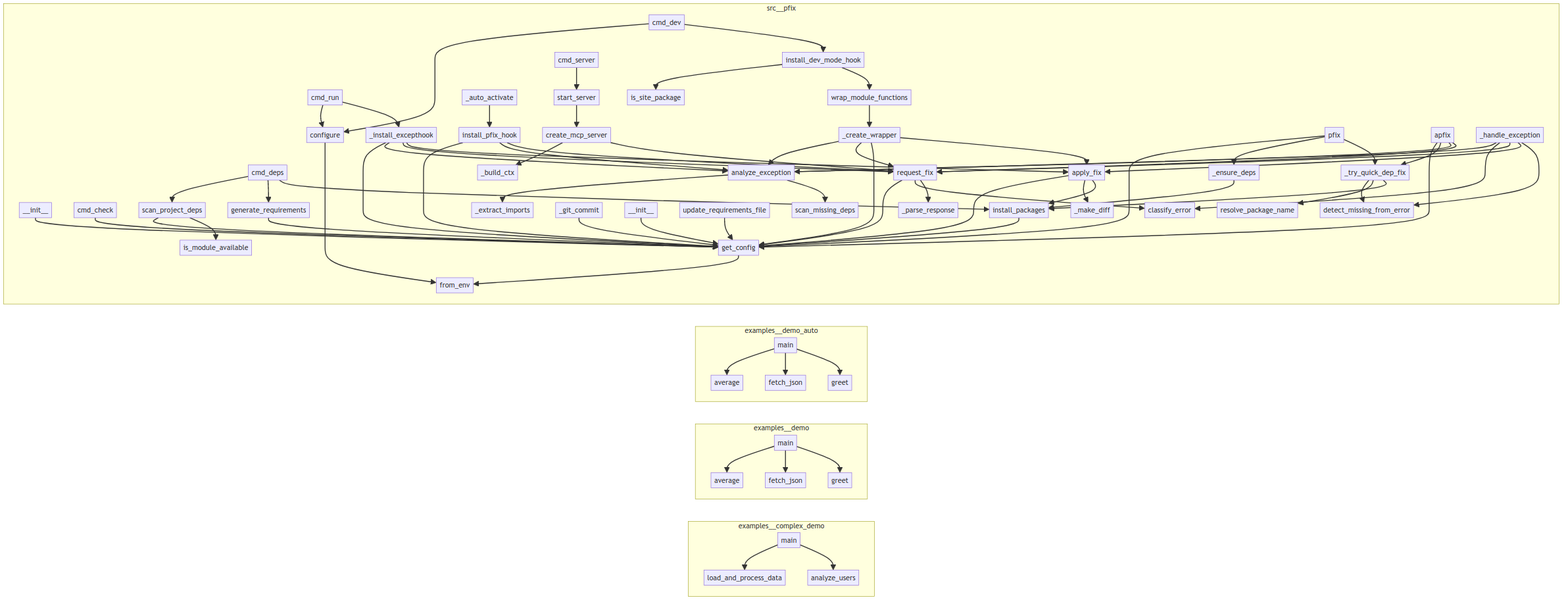
Before: project/calls.png, a diagram exported from Mermaid (semcod/pfix). Its source is kept beside it as project/calls.mmd. The source it was exported from:
```mermaid
flowchart LR
    subgraph examples__complex_demo
        examples__complex_demo__main__main["main"]
        examples__complex_demo__main__analyze_users["analyze_users"]
        examples__complex_demo__main__load_and_process_data["load_and_process_data"]
    end
    subgraph examples__demo
        examples__demo__average["average"]
        examples__demo__fetch_json["fetch_json"]
        examples__demo__greet["greet"]
        examples__demo__main["main"]
    end
    subgraph examples__demo_auto
        examples__demo_auto__average["average"]
        examples__demo_auto__main["main"]
        examples__demo_auto__fetch_json["fetch_json"]
        examples__demo_auto__greet["greet"]
    end
    subgraph src__pfix
        src__pfix__session__PFixSession____init__["__init__"]
        src__pfix___auto_activate["_auto_activate"]
        src__pfix__dev_mode___create_wrapper["_create_wrapper"]
        src__pfix__fixer___git_commit["_git_commit"]
        src__pfix__cli__cmd_deps["cmd_deps"]
        src__pfix__llm__request_fix["request_fix"]
        src__pfix__dev_mode__is_site_package["is_site_package"]
        src__pfix__cli__cmd_dev["cmd_dev"]
        src__pfix__cli__cmd_server["cmd_server"]
        src__pfix__cli__cmd_check["cmd_check"]
        src__pfix__decorator___ensure_deps["_ensure_deps"]
        src__pfix__dev_mode__wrap_module_functions["wrap_module_functions"]
        src__pfix__fixer__apply_fix["apply_fix"]
        src__pfix__decorator___try_quick_dep_fix["_try_quick_dep_fix"]
        src__pfix__mcp_server___build_ctx["_build_ctx"]
        src__pfix__mcp_server__start_server["start_server"]
        src__pfix__analyzer__scan_missing_deps["scan_missing_deps"]
        src__pfix__llm___parse_response["_parse_response"]
        src__pfix__config__PfixConfig__from_env["from_env"]
        src__pfix__dependency__is_module_available["is_module_available"]
        src__pfix__dependency__install_packages["install_packages"]
        src__pfix__cli___install_excepthook["_install_excepthook"]
        src__pfix__dependency__generate_requirements["generate_requirements"]
        src__pfix__dev_mode__install_dev_mode_hook["install_dev_mode_hook"]
        src__pfix__analyzer__classify_error["classify_error"]
        src__pfix__decorator__apfix["apfix"]
        src__pfix__analyzer___extract_imports["_extract_imports"]
        src__pfix__config__get_config["get_config"]
        src__pfix__fixer___make_diff["_make_diff"]
        src__pfix__dependency__detect_missing_from_error["detect_missing_from_error"]
        src__pfix__config__configure["configure"]
        src__pfix__decorator__pfix["pfix"]
        src__pfix__mcp_server__create_mcp_server["create_mcp_server"]
        src__pfix__session__PFixSession___handle_exception["_handle_exception"]
        src__pfix__dependency__update_requirements_file["update_requirements_file"]
        src__pfix__dependency__resolve_package_name["resolve_package_name"]
        src__pfix__dependency__scan_project_deps["scan_project_deps"]
        src__pfix__analyzer__analyze_exception["analyze_exception"]
        src__pfix__cli__cmd_run["cmd_run"]
        src__pfix__session__install_pfix_hook["install_pfix_hook"]
        src__pfix__mcp_client__MCPClient____init__["__init__"]
    end
    examples__demo_auto__main --> examples__demo_auto__fetch_json
    examples__demo_auto__main --> examples__demo_auto__average
    examples__demo_auto__main --> examples__demo_auto__greet
    examples__demo__main --> examples__demo__fetch_json
    examples__demo__main --> examples__demo__average
    examples__demo__main --> examples__demo__greet
    src__pfix__cli__cmd_run --> src__pfix__config__configure
    src__pfix__cli__cmd_run --> src__pfix__cli___install_excepthook
    src__pfix__cli__cmd_dev --> src__pfix__config__configure
    src__pfix__cli__cmd_dev --> src__pfix__dev_mode__install_dev_mode_hook
    src__pfix__cli__cmd_check --> src__pfix__config__get_config
    src__pfix__cli__cmd_deps --> src__pfix__dependency__scan_project_deps
    src__pfix__cli__cmd_deps --> src__pfix__dependency__generate_requirements
    src__pfix__cli__cmd_deps --> src__pfix__dependency__install_packages
    src__pfix__cli__cmd_server --> src__pfix__mcp_server__start_server
    src__pfix__cli___install_excepthook --> src__pfix__config__get_config
    src__pfix__cli___install_excepthook --> src__pfix__analyzer__analyze_exception
    src__pfix__cli___install_excepthook --> src__pfix__llm__request_fix
    src__pfix__cli___install_excepthook --> src__pfix__fixer__apply_fix
    src__pfix__analyzer__analyze_exception --> src__pfix__analyzer___extract_imports
    src__pfix__analyzer__analyze_exception --> src__pfix__analyzer__scan_missing_deps
    src__pfix__fixer__apply_fix --> src__pfix__config__get_config
    src__pfix__fixer__apply_fix --> src__pfix__fixer___make_diff
    src__pfix__fixer__apply_fix --> src__pfix__dependency__install_packages
    src__pfix__fixer___git_commit --> src__pfix__config__get_config
    src__pfix___auto_activate --> src__pfix__session__install_pfix_hook
    src__pfix__mcp_client__MCPClient____init__ --> src__pfix__config__get_config
    src__pfix__dev_mode__wrap_module_functions --> src__pfix__dev_mode___create_wrapper
    src__pfix__dev_mode___create_wrapper --> src__pfix__analyzer__analyze_exception
    src__pfix__dev_mode___create_wrapper --> src__pfix__llm__request_fix
    src__pfix__dev_mode___create_wrapper --> src__pfix__config__get_config
    src__pfix__dev_mode___create_wrapper --> src__pfix__fixer__apply_fix
    src__pfix__dev_mode__install_dev_mode_hook --> src__pfix__dev_mode__is_site_package
    src__pfix__dev_mode__install_dev_mode_hook --> src__pfix__dev_mode__wrap_module_functions
    src__pfix__config__get_config --> src__pfix__config__PfixConfig__from_env
    src__pfix__config__configure --> src__pfix__config__PfixConfig__from_env
    src__pfix__dependency__install_packages --> src__pfix__config__get_config
    src__pfix__dependency__scan_project_deps --> src__pfix__config__get_config
    src__pfix__dependency__scan_project_deps --> src__pfix__dependency__is_module_available
    src__pfix__dependency__update_requirements_file --> src__pfix__config__get_config
    src__pfix__dependency__generate_requirements --> src__pfix__config__get_config
    src__pfix__mcp_server__create_mcp_server --> src__pfix__mcp_server___build_ctx
    src__pfix__mcp_server__create_mcp_server --> src__pfix__llm__request_fix
    src__pfix__mcp_server__start_server --> src__pfix__mcp_server__create_mcp_server
    examples__complex_demo__main__main --> examples__complex_demo__main__load_and_process_data
    examples__complex_demo__main__main --> examples__complex_demo__main__analyze_users
    src__pfix__decorator__pfix --> src__pfix__config__get_config
    src__pfix__decorator__pfix --> src__pfix__decorator___ensure_deps
    src__pfix__decorator__pfix --> src__pfix__decorator___try_quick_dep_fix
    src__pfix__decorator__apfix --> src__pfix__config__get_config
    src__pfix__decorator__apfix --> src__pfix__decorator___try_quick_dep_fix
    src__pfix__decorator__apfix --> src__pfix__analyzer__analyze_exception
    src__pfix__decorator__apfix --> src__pfix__llm__request_fix
    src__pfix__decorator___ensure_deps --> src__pfix__dependency__install_packages
    src__pfix__decorator___try_quick_dep_fix --> src__pfix__dependency__detect_missing_from_error
    src__pfix__decorator___try_quick_dep_fix --> src__pfix__dependency__resolve_package_name
    src__pfix__decorator___try_quick_dep_fix --> src__pfix__dependency__install_packages
    src__pfix__session__PFixSession____init__ --> src__pfix__config__get_config
    src__pfix__session__PFixSession___handle_exception --> src__pfix__analyzer__analyze_exception
    src__pfix__session__PFixSession___handle_exception --> src__pfix__analyzer__classify_error
    src__pfix__session__PFixSession___handle_exception --> src__pfix__llm__request_fix
    src__pfix__session__PFixSession___handle_exception --> src__pfix__fixer__apply_fix
    src__pfix__session__PFixSession___handle_exception --> src__pfix__dependency__detect_missing_from_error
    src__pfix__session__install_pfix_hook --> src__pfix__config__get_config
    src__pfix__session__install_pfix_hook --> src__pfix__analyzer__analyze_exception
    src__pfix__session__install_pfix_hook --> src__pfix__llm__request_fix
    src__pfix__llm__request_fix --> src__pfix__config__get_config
    src__pfix__llm__request_fix --> src__pfix__analyzer__classify_error
    src__pfix__llm__request_fix --> src__pfix__llm___parse_response
```
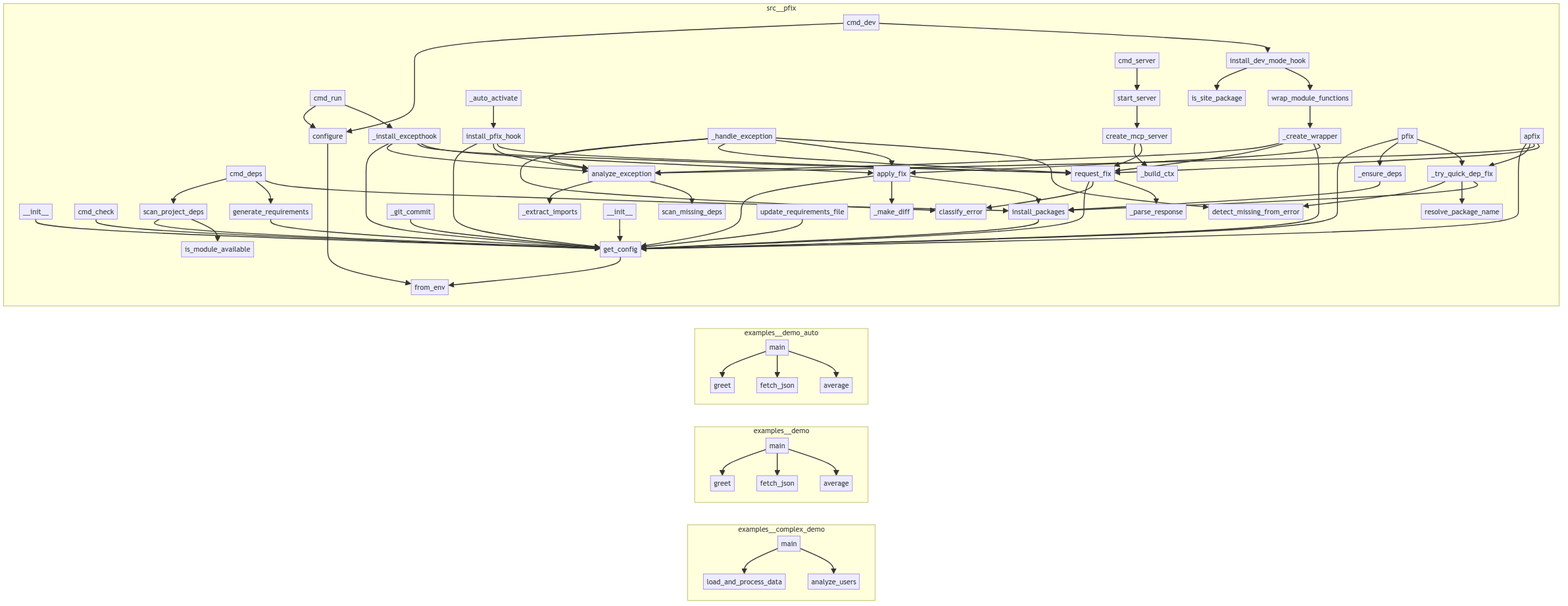
Later version of the same file.

Diff of the diagram source:
```diff
@@ -5,59 +5,59 @@
         examples__complex_demo__main__load_and_process_data["load_and_process_data"]
     end
     subgraph examples__demo
+        examples__demo__greet["greet"]
+        examples__demo__main["main"]
         examples__demo__average["average"]
         examples__demo__fetch_json["fetch_json"]
-        examples__demo__greet["greet"]
-        examples__demo__main["main"]
     end
     subgraph examples__demo_auto
+        examples__demo_auto__greet["greet"]
         examples__demo_auto__average["average"]
+        examples__demo_auto__fetch_json["fetch_json"]
         examples__demo_auto__main["main"]
-        examples__demo_auto__fetch_json["fetch_json"]
-        examples__demo_auto__greet["greet"]
     end
     subgraph src__pfix
-        src__pfix__session__PFixSession____init__["__init__"]
+        src__pfix__mcp_client__MCPClient____init__["__init__"]
+        src__pfix__fixer__apply_fix["apply_fix"]
+        src__pfix__dependency__is_module_available["is_module_available"]
+        src__pfix__decorator___ensure_deps["_ensure_deps"]
+        src__pfix__cli__cmd_dev["cmd_dev"]
+        src__pfix__cli___install_excepthook["_install_excepthook"]
+        src__pfix__dev_mode__wrap_module_functions["wrap_module_functions"]
+        src__pfix__cli__cmd_run["cmd_run"]
+        src__pfix__session__PFixSession___handle_exception["_handle_exception"]
+        src__pfix__dependency__scan_project_deps["scan_project_deps"]
+        src__pfix__mcp_server___build_ctx["_build_ctx"]
+        src__pfix__analyzer__analyze_exception["analyze_exception"]
+        src__pfix__decorator___try_quick_dep_fix["_try_quick_dep_fix"]
+        src__pfix__dependency__install_packages["install_packages"]
+        src__pfix__session__install_pfix_hook["install_pfix_hook"]
+        src__pfix__analyzer___extract_imports["_extract_imports"]
+        src__pfix__analyzer__classify_error["classify_error"]
         src__pfix___auto_activate["_auto_activate"]
-        src__pfix__dev_mode___create_wrapper["_create_wrapper"]
-        src__pfix__fixer___git_commit["_git_commit"]
-        src__pfix__cli__cmd_deps["cmd_deps"]
+        src__pfix__dependency__update_requirements_file["update_requirements_file"]
         src__pfix__llm__request_fix["request_fix"]
         src__pfix__dev_mode__is_site_package["is_site_package"]
-        src__pfix__cli__cmd_dev["cmd_dev"]
+        src__pfix__dev_mode___create_wrapper["_create_wrapper"]
+        src__pfix__llm___parse_response["_parse_response"]
+        src__pfix__mcp_server__start_server["start_server"]
+        src__pfix__dependency__resolve_package_name["resolve_package_name"]
+        src__pfix__fixer___make_diff["_make_diff"]
+        src__pfix__config__PfixConfig__from_env["from_env"]
+        src__pfix__cli__cmd_check["cmd_check"]
+        src__pfix__config__get_config["get_config"]
+        src__pfix__fixer___git_commit["_git_commit"]
+        src__pfix__session__PFixSession____init__["__init__"]
+        src__pfix__dependency__generate_requirements["generate_requirements"]
+        src__pfix__decorator__apfix["apfix"]
         src__pfix__cli__cmd_server["cmd_server"]
-        src__pfix__cli__cmd_check["cmd_check"]
-        src__pfix__decorator___ensure_deps["_ensure_deps"]
-        src__pfix__dev_mode__wrap_module_functions["wrap_module_functions"]
-        src__pfix__fixer__apply_fix["apply_fix"]
-        src__pfix__decorator___try_quick_dep_fix["_try_quick_dep_fix"]
-        src__pfix__mcp_server___build_ctx["_build_ctx"]
-        src__pfix__mcp_server__start_server["start_server"]
+        src__pfix__decorator__pfix["pfix"]
+        src__pfix__cli__cmd_deps["cmd_deps"]
+        src__pfix__dev_mode__install_dev_mode_hook["install_dev_mode_hook"]
         src__pfix__analyzer__scan_missing_deps["scan_missing_deps"]
-        src__pfix__llm___parse_response["_parse_response"]
-        src__pfix__config__PfixConfig__from_env["from_env"]
-        src__pfix__dependency__is_module_available["is_module_available"]
-        src__pfix__dependency__install_packages["install_packages"]
-        src__pfix__cli___install_excepthook["_install_excepthook"]
-        src__pfix__dependency__generate_requirements["generate_requirements"]
-        src__pfix__dev_mode__install_dev_mode_hook["install_dev_mode_hook"]
-        src__pfix__analyzer__classify_error["classify_error"]
-        src__pfix__decorator__apfix["apfix"]
-        src__pfix__analyzer___extract_imports["_extract_imports"]
-        src__pfix__config__get_config["get_config"]
-        src__pfix__fixer___make_diff["_make_diff"]
+        src__pfix__mcp_server__create_mcp_server["create_mcp_server"]
+        src__pfix__config__configure["configure"]
         src__pfix__dependency__detect_missing_from_error["detect_missing_from_error"]
-        src__pfix__config__configure["configure"]
-        src__pfix__decorator__pfix["pfix"]
-        src__pfix__mcp_server__create_mcp_server["create_mcp_server"]
-        src__pfix__session__PFixSession___handle_exception["_handle_exception"]
-        src__pfix__dependency__update_requirements_file["update_requirements_file"]
-        src__pfix__dependency__resolve_package_name["resolve_package_name"]
-        src__pfix__dependency__scan_project_deps["scan_project_deps"]
-        src__pfix__analyzer__analyze_exception["analyze_exception"]
-        src__pfix__cli__cmd_run["cmd_run"]
-        src__pfix__session__install_pfix_hook["install_pfix_hook"]
-        src__pfix__mcp_client__MCPClient____init__["__init__"]
     end
     examples__demo_auto__main --> examples__demo_auto__fetch_json
     examples__demo_auto__main --> examples__demo_auto__average
@@ -78,23 +78,25 @@
     src__pfix__cli___install_excepthook --> src__pfix__analyzer__analyze_exception
     src__pfix__cli___install_excepthook --> src__pfix__llm__request_fix
     src__pfix__cli___install_excepthook --> src__pfix__fixer__apply_fix
-    src__pfix__analyzer__analyze_exception --> src__pfix__analyzer___extract_imports
-    src__pfix__analyzer__analyze_exception --> src__pfix__analyzer__scan_missing_deps
+    src__pfix__mcp_client__MCPClient____init__ --> src__pfix__config__get_config
     src__pfix__fixer__apply_fix --> src__pfix__config__get_config
     src__pfix__fixer__apply_fix --> src__pfix__fixer___make_diff
     src__pfix__fixer__apply_fix --> src__pfix__dependency__install_packages
     src__pfix__fixer___git_commit --> src__pfix__config__get_config
     src__pfix___auto_activate --> src__pfix__session__install_pfix_hook
-    src__pfix__mcp_client__MCPClient____init__ --> src__pfix__config__get_config
-    src__pfix__dev_mode__wrap_module_functions --> src__pfix__dev_mode___create_wrapper
-    src__pfix__dev_mode___create_wrapper --> src__pfix__analyzer__analyze_exception
-    src__pfix__dev_mode___create_wrapper --> src__pfix__llm__request_fix
-    src__pfix__dev_mode___create_wrapper --> src__pfix__config__get_config
-    src__pfix__dev_mode___create_wrapper --> src__pfix__fixer__apply_fix
-    src__pfix__dev_mode__install_dev_mode_hook --> src__pfix__dev_mode__is_site_package
-    src__pfix__dev_mode__install_dev_mode_hook --> src__pfix__dev_mode__wrap_module_functions
     src__pfix__config__get_config --> src__pfix__config__PfixConfig__from_env
     src__pfix__config__configure --> src__pfix__config__PfixConfig__from_env
+    src__pfix__analyzer__analyze_exception --> src__pfix__analyzer___extract_imports
+    src__pfix__analyzer__analyze_exception --> src__pfix__analyzer__scan_missing_deps
+    src__pfix__session__PFixSession____init__ --> src__pfix__config__get_config
+    src__pfix__session__PFixSession___handle_exception --> src__pfix__analyzer__analyze_exception
+    src__pfix__session__PFixSession___handle_exception --> src__pfix__analyzer__classify_error
+    src__pfix__session__PFixSession___handle_exception --> src__pfix__llm__request_fix
+    src__pfix__session__PFixSession___handle_exception --> src__pfix__fixer__apply_fix
+    src__pfix__session__PFixSession___handle_exception --> src__pfix__dependency__detect_missing_from_error
+    src__pfix__session__install_pfix_hook --> src__pfix__config__get_config
+    src__pfix__session__install_pfix_hook --> src__pfix__analyzer__analyze_exception
+    src__pfix__session__install_pfix_hook --> src__pfix__llm__request_fix
     src__pfix__dependency__install_packages --> src__pfix__config__get_config
     src__pfix__dependency__scan_project_deps --> src__pfix__config__get_config
     src__pfix__dependency__scan_project_deps --> src__pfix__dependency__is_module_available
@@ -105,6 +107,13 @@
     src__pfix__mcp_server__start_server --> src__pfix__mcp_server__create_mcp_server
     examples__complex_demo__main__main --> examples__complex_demo__main__load_and_process_data
     examples__complex_demo__main__main --> examples__complex_demo__main__analyze_users
+    src__pfix__dev_mode__wrap_module_functions --> src__pfix__dev_mode___create_wrapper
+    src__pfix__dev_mode___create_wrapper --> src__pfix__analyzer__analyze_exception
+    src__pfix__dev_mode___create_wrapper --> src__pfix__llm__request_fix
+    src__pfix__dev_mode___create_wrapper --> src__pfix__config__get_config
+    src__pfix__dev_mode___create_wrapper --> src__pfix__fixer__apply_fix
+    src__pfix__dev_mode__install_dev_mode_hook --> src__pfix__dev_mode__is_site_package
+    src__pfix__dev_mode__install_dev_mode_hook --> src__pfix__dev_mode__wrap_module_functions
     src__pfix__decorator__pfix --> src__pfix__config__get_config
     src__pfix__decorator__pfix --> src__pfix__decorator___ensure_deps
     src__pfix__decorator__pfix --> src__pfix__decorator___try_quick_dep_fix
@@ -116,15 +125,6 @@
     src__pfix__decorator___try_quick_dep_fix --> src__pfix__dependency__detect_missing_from_error
     src__pfix__decorator___try_quick_dep_fix --> src__pfix__dependency__resolve_package_name
     src__pfix__decorator___try_quick_dep_fix --> src__pfix__dependency__install_packages
-    src__pfix__session__PFixSession____init__ --> src__pfix__config__get_config
-    src__pfix__session__PFixSession___handle_exception --> src__pfix__analyzer__analyze_exception
-    src__pfix__session__PFixSession___handle_exception --> src__pfix__analyzer__classify_error
-    src__pfix__session__PFixSession___handle_exception --> src__pfix__llm__request_fix
-    src__pfix__session__PFixSession___handle_exception --> src__pfix__fixer__apply_fix
-    src__pfix__session__PFixSession___handle_exception --> src__pfix__dependency__detect_missing_from_error
-    src__pfix__session__install_pfix_hook --> src__pfix__config__get_config
-    src__pfix__session__install_pfix_hook --> src__pfix__analyzer__analyze_exception
-    src__pfix__session__install_pfix_hook --> src__pfix__llm__request_fix
     src__pfix__llm__request_fix --> src__pfix__config__get_config
     src__pfix__llm__request_fix --> src__pfix__analyzer__classify_error
     src__pfix__llm__request_fix --> src__pfix__llm___parse_response
```
